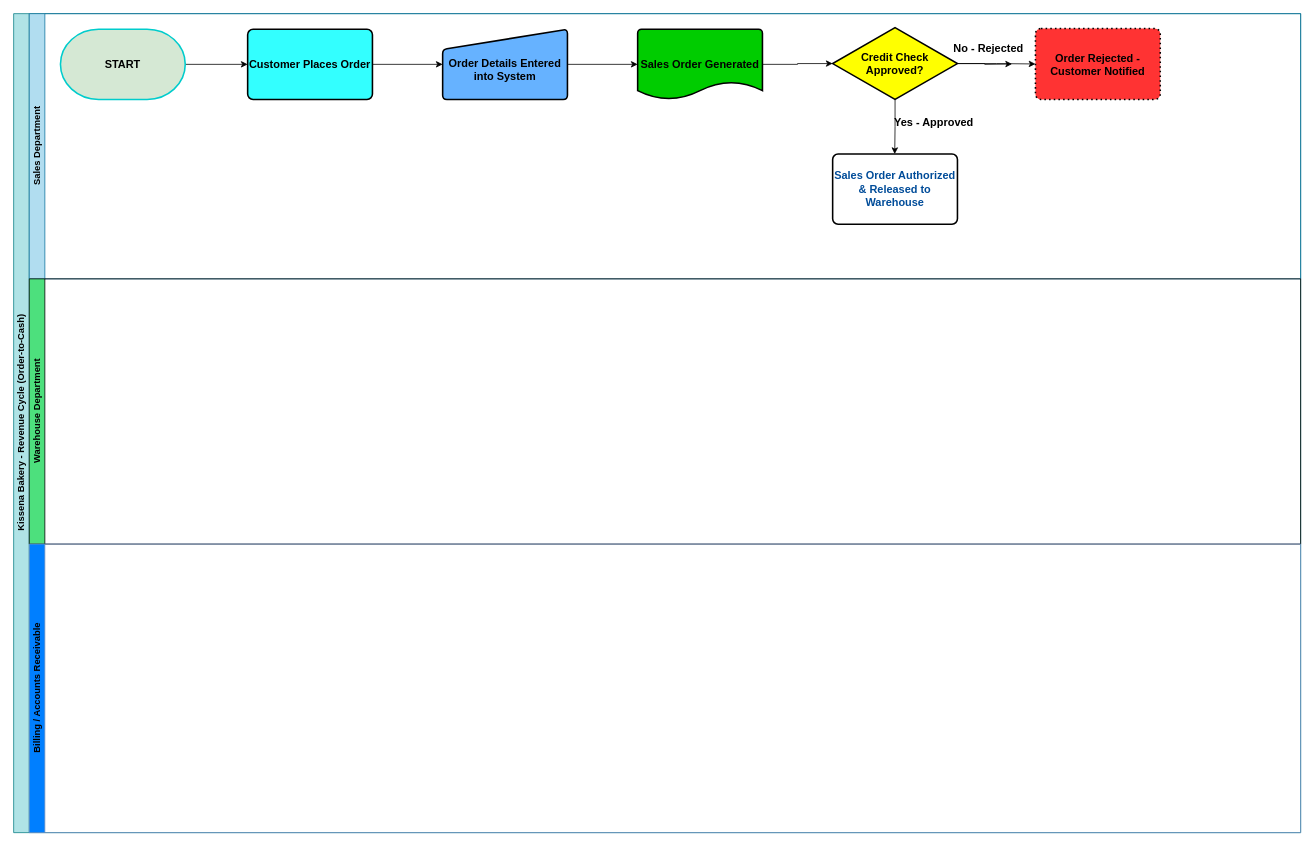
Before: page "Page-1" (1 of 2) of Revenue_Cycle_Controls.drawio in diemo1989-dot/drawio, a draw.io diagram. Source tidied: cells renumbered, new cells numbered last; positions are measured from the earlier drawing's top-left corner, leaving out a move shared by most shapes. Both pictures are drawn from the tidied source at 78%, with x=0, y=0 at pixel (13, 13).
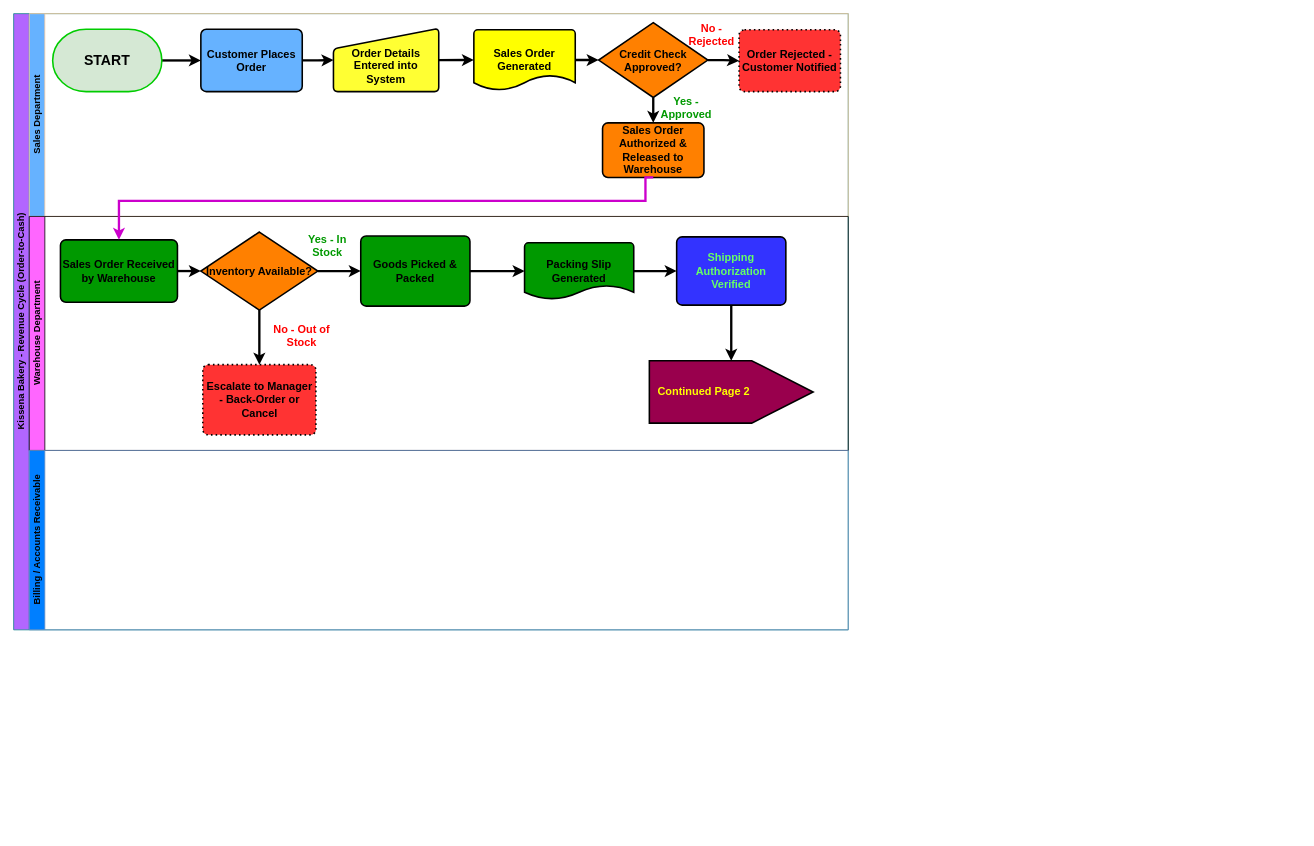
Above is the later version.

The edit, as a diff of the source:
```diff
@@
-    <mxCell id="2" value="Kissena Bakery - Revenue Cycle (Order-to-Cash)" style="swimlane;horizontal=0;startSize=20;html=1;fillColor=#b0e3e6;strokeColor=#0e8088;" parent="1" vertex="1">
-      <mxGeometry width="1650" height="1050" as="geometry" />
+    <mxCell id="2" value="Kissena Bakery - Revenue Cycle (Order-to-Cash)" style="swimlane;horizontal=0;startSize=20;html=1;fillColor=#B266FF;strokeColor=#0e8088;" parent="1" vertex="1">
+      <mxGeometry width="1070" height="790" as="geometry" />
     </mxCell>
-    <mxCell id="3" value="Sales Department" style="swimlane;startSize=20;horizontal=0;html=1;fillColor=#b1ddf0;strokeColor=#10739e;" parent="2" vertex="1">
-      <mxGeometry x="20" width="1630" height="340" as="geometry" />
+    <mxCell id="3" value="Sales Department" style="swimlane;startSize=20;horizontal=0;html=1;fillColor=#66B2FF;strokeColor=#FFCC99;" parent="2" vertex="1">
+      <mxGeometry x="20" width="1050" height="260" as="geometry" />
     </mxCell>
-    <mxCell id="4" style="edgeStyle=orthogonalEdgeStyle;rounded=0;jettySize=auto;html=1;exitX=1;exitY=0.5;exitDx=0;exitDy=0;exitPerimeter=0;entryX=0;entryY=0.5;entryDx=0;entryDy=0;" parent="3" edge="1" source="5" target="7">
+    <mxCell id="4" style="edgeStyle=orthogonalEdgeStyle;rounded=0;jettySize=auto;html=1;exitX=1;exitY=0.5;exitDx=0;exitDy=0;exitPerimeter=0;entryX=0;entryY=0.5;entryDx=0;entryDy=0;strokeWidth=3;" parent="3" edge="1" source="5" target="7">
       <mxGeometry relative="1" as="geometry" />
     </mxCell>
-    <mxCell id="5" value="&lt;b&gt;&lt;font style=&quot;font-size: 14px;&quot;&gt;START&lt;/font&gt;&lt;/b&gt;" style="strokeWidth=2;html=1;shape=mxgraph.flowchart.terminator;whiteSpace=wrap;fillColor=#D5E8D4;strokeColor=#00CCCC;" parent="3" vertex="1">
-      <mxGeometry x="40" y="20" width="160" height="90" as="geometry" />
+    <mxCell id="5" value="&lt;font style=&quot;font-size: 18px;&quot;&gt;&lt;b&gt;START&lt;/b&gt;&lt;/font&gt;" style="strokeWidth=2;html=1;shape=mxgraph.flowchart.terminator;whiteSpace=wrap;fillColor=#D5E8D4;strokeColor=#00CC00;" parent="3" vertex="1">
+      <mxGeometry x="30" y="20" width="140" height="80" as="geometry" />
     </mxCell>
-    <mxCell id="6" style="edgeStyle=orthogonalEdgeStyle;rounded=0;jettySize=auto;html=1;exitX=1;exitY=0.5;exitDx=0;exitDy=0;entryX=0;entryY=0.5;entryDx=0;entryDy=0;" parent="3" edge="1" source="7" target="8">
+    <mxCell id="6" style="edgeStyle=orthogonalEdgeStyle;rounded=0;jettySize=auto;html=1;exitX=1;exitY=0.5;exitDx=0;exitDy=0;entryX=0;entryY=0.5;entryDx=0;entryDy=0;strokeWidth=3;" parent="3" edge="1" source="7" target="8">
       <mxGeometry relative="1" as="geometry" />
     </mxCell>
-    <mxCell id="7" value="&lt;b&gt;&lt;font style=&quot;font-size: 14px;&quot;&gt;Customer Places Order&lt;/font&gt;&lt;/b&gt;" style="rounded=1;whiteSpace=wrap;html=1;absoluteArcSize=1;arcSize=14;strokeWidth=2;fillColor=#33FFFF;" parent="3" vertex="1">
-      <mxGeometry x="280" y="20" width="160" height="90" as="geometry" />
+    <mxCell id="7" value="&lt;b&gt;&lt;font style=&quot;font-size: 14px;&quot;&gt;Customer Places Order&lt;/font&gt;&lt;/b&gt;" style="rounded=1;whiteSpace=wrap;html=1;absoluteArcSize=1;arcSize=14;strokeWidth=2;fillColor=#66B2FF;strokeColor=default;align=center;verticalAlign=middle;fontFamily=Helvetica;fontSize=12;fontColor=default;" parent="3" vertex="1">
+      <mxGeometry x="220" y="20" width="130" height="80" as="geometry" />
     </mxCell>
-    <mxCell id="8" value="&lt;br&gt;&lt;b&gt;&lt;font style=&quot;font-size: 14px;&quot;&gt;Order Details Entered into System&lt;/font&gt;&lt;/b&gt;" style="html=1;strokeWidth=2;shape=manualInput;whiteSpace=wrap;rounded=1;size=26;arcSize=11;fillColor=#66B2FF;" parent="3" vertex="1">
-      <mxGeometry x="530" y="20" width="160" height="90" as="geometry" />
+    <mxCell id="8" value="&lt;br&gt;&lt;b&gt;&lt;font style=&quot;font-size: 14px; color: rgb(0, 0, 0);&quot;&gt;Order Details Entered into System&lt;/font&gt;&lt;/b&gt;" style="html=1;strokeWidth=2;shape=manualInput;whiteSpace=wrap;rounded=1;size=26;arcSize=11;fillColor=#FFFF33;strokeColor=#000000;" parent="3" vertex="1">
+      <mxGeometry x="390" y="19" width="135" height="81" as="geometry" />
     </mxCell>
-    <mxCell id="9" value="&lt;b&gt;&lt;font style=&quot;font-size: 14px;&quot;&gt;Sales Order Generated&lt;/font&gt;&lt;/b&gt;" style="strokeWidth=2;html=1;shape=mxgraph.flowchart.document2;whiteSpace=wrap;size=0.25;fillColor=#00CC00;" parent="3" vertex="1">
-      <mxGeometry x="780" y="20" width="160" height="90" as="geometry" />
+    <mxCell id="9" value="&lt;b&gt;&lt;font style=&quot;font-size: 14px;&quot;&gt;Sales Order Generated&lt;/font&gt;&lt;/b&gt;" style="strokeWidth=2;html=1;shape=mxgraph.flowchart.document2;whiteSpace=wrap;size=0.25;fillColor=#FFFF00;strokeColor=#000000;" parent="3" vertex="1">
+      <mxGeometry x="570" y="20.7" width="130" height="77.5" as="geometry" />
     </mxCell>
-    <mxCell id="10" style="edgeStyle=orthogonalEdgeStyle;rounded=0;jettySize=auto;html=1;exitX=1;exitY=0.5;exitDx=0;exitDy=0;entryX=0;entryY=0.5;entryDx=0;entryDy=0;entryPerimeter=0;" parent="3" edge="1" source="8" target="9">
+    <mxCell id="10" style="edgeStyle=orthogonalEdgeStyle;rounded=0;jettySize=auto;html=1;exitX=1;exitY=0.5;exitDx=0;exitDy=0;entryX=0;entryY=0.5;entryDx=0;entryDy=0;entryPerimeter=0;strokeWidth=3;" parent="3" edge="1" source="8" target="9">
       <mxGeometry relative="1" as="geometry" />
     </mxCell>
-    <mxCell id="11" style="edgeStyle=orthogonalEdgeStyle;rounded=0;jettySize=auto;html=1;exitX=0.5;exitY=1;exitDx=0;exitDy=0;exitPerimeter=0;" parent="3" edge="1" source="14">
-      <mxGeometry relative="1" as="geometry">
-        <mxPoint x="1109.6" y="180" as="targetPoint" />
-      </mxGeometry>
-    </mxCell>
-    <mxCell id="12" style="edgeStyle=orthogonalEdgeStyle;rounded=0;jettySize=auto;html=1;exitX=1;exitY=0.5;exitDx=0;exitDy=0;exitPerimeter=0;" parent="3" edge="1" source="14">
-      <mxGeometry relative="1" as="geometry">
-        <mxPoint x="1260" y="64.5" as="targetPoint" />
-      </mxGeometry>
-    </mxCell>
-    <mxCell id="13" style="edgeStyle=orthogonalEdgeStyle;rounded=0;jettySize=auto;html=1;exitX=1;exitY=0.5;exitDx=0;exitDy=0;exitPerimeter=0;entryX=0;entryY=0.5;entryDx=0;entryDy=0;" parent="3" edge="1" source="14" target="18">
+    <mxCell id="13" style="edgeStyle=orthogonalEdgeStyle;rounded=0;jettySize=auto;html=1;exitX=1;exitY=0.5;exitDx=0;exitDy=0;exitPerimeter=0;entryX=0;entryY=0.5;entryDx=0;entryDy=0;strokeWidth=3;" parent="3" edge="1" source="14" target="18">
       <mxGeometry relative="1" as="geometry" />
     </mxCell>
+    <mxCell id="22" style="edgeStyle=orthogonalEdgeStyle;rounded=0;jettySize=auto;html=1;exitX=0.5;exitY=1;exitDx=0;exitDy=0;exitPerimeter=0;entryX=0.5;entryY=0;entryDx=0;entryDy=0;strokeWidth=3;" parent="3" edge="1" source="14" target="19">
+      <mxGeometry relative="1" as="geometry" />
+    </mxCell>
-    <mxCell id="14" value="&lt;font style=&quot;font-size: 14px;&quot;&gt;&lt;b&gt;Credit Check Approved?&lt;/b&gt;&lt;/font&gt;" style="strokeWidth=2;html=1;shape=mxgraph.flowchart.decision;whiteSpace=wrap;fillColor=#FFFF00;" parent="3" vertex="1">
-      <mxGeometry x="1030" y="18" width="160" height="92" as="geometry" />
+    <mxCell id="14" value="&lt;font style=&quot;font-size: 14px;&quot;&gt;&lt;b&gt;Credit Check Approved?&lt;/b&gt;&lt;/font&gt;" style="strokeWidth=2;html=1;shape=mxgraph.flowchart.decision;whiteSpace=wrap;fillColor=#FF8000;strokeColor=#000000;" parent="3" vertex="1">
+      <mxGeometry x="730" y="11.5" width="140" height="96" as="geometry" />
     </mxCell>
-    <mxCell id="15" style="edgeStyle=orthogonalEdgeStyle;rounded=0;jettySize=auto;html=1;exitX=1;exitY=0.5;exitDx=0;exitDy=0;exitPerimeter=0;entryX=0;entryY=0.5;entryDx=0;entryDy=0;entryPerimeter=0;" parent="3" edge="1" source="9" target="14">
+    <mxCell id="15" style="edgeStyle=orthogonalEdgeStyle;rounded=0;jettySize=auto;html=1;exitX=1;exitY=0.5;exitDx=0;exitDy=0;exitPerimeter=0;entryX=0;entryY=0.5;entryDx=0;entryDy=0;entryPerimeter=0;strokeWidth=3;" parent="3" edge="1" source="9" target="14">
       <mxGeometry relative="1" as="geometry" />
     </mxCell>
-    <mxCell id="16" value="&lt;font style=&quot;font-size: 14px;&quot;&gt;&lt;b&gt;Yes - Approved&lt;/b&gt;&lt;/font&gt;" style="text;html=1;whiteSpace=wrap;strokeColor=none;fillColor=none;align=center;verticalAlign=middle;rounded=0;" parent="3" vertex="1">
-      <mxGeometry x="1100" y="130" width="120" height="20" as="geometry" />
+    <mxCell id="16" value="&lt;font style=&quot;font-size: 14px; color: rgb(0, 153, 0);&quot;&gt;&lt;b style=&quot;&quot;&gt;Yes - Approved&lt;/b&gt;&lt;/font&gt;" style="text;html=1;whiteSpace=wrap;strokeColor=none;fillColor=none;align=center;verticalAlign=middle;rounded=0;" parent="3" vertex="1">
+      <mxGeometry x="815" y="110" width="55" height="19.3" as="geometry" />
     </mxCell>
-    <mxCell id="17" value="&lt;font style=&quot;font-size: 14px;&quot;&gt;&lt;b&gt;No - Rejected&lt;/b&gt;&lt;/font&gt;" style="text;html=1;whiteSpace=wrap;strokeColor=none;fillColor=none;align=center;verticalAlign=middle;rounded=0;" parent="3" vertex="1">
-      <mxGeometry x="1180" y="30" width="100" height="30" as="geometry" />
+    <mxCell id="17" value="&lt;font style=&quot;color: rgb(255, 0, 0); font-size: 14px;&quot;&gt;&lt;b style=&quot;&quot;&gt;No - Rejected&lt;/b&gt;&lt;/font&gt;" style="text;html=1;whiteSpace=wrap;strokeColor=none;fillColor=none;align=center;verticalAlign=middle;rounded=0;" parent="3" vertex="1">
+      <mxGeometry x="845" y="11.5" width="60" height="30" as="geometry" />
     </mxCell>
     <mxCell id="18" value="&lt;font style=&quot;font-size: 14px;&quot;&gt;&lt;b&gt;Order Rejected - Customer Notified&lt;/b&gt;&lt;/font&gt;" style="rounded=1;whiteSpace=wrap;html=1;absoluteArcSize=1;arcSize=14;strokeWidth=2;fillColor=#FF3333;dashed=1;dashPattern=1 2;" parent="3" vertex="1">
-      <mxGeometry x="1290" y="19" width="160" height="91" as="geometry" />
+      <mxGeometry x="910" y="20.7" width="130" height="79.3" as="geometry" />
     </mxCell>
-    <mxCell id="19" value="&lt;span style=&quot;text-align: start;&quot;&gt;&lt;font style=&quot;font-size: 14px; color: rgb(0, 76, 153);&quot; face=&quot;Helvetica&quot;&gt;&lt;b style=&quot;&quot;&gt;Sales Order Authorized &amp;amp; Released to Warehouse&lt;/b&gt;&lt;/font&gt;&lt;/span&gt;" style="rounded=1;whiteSpace=wrap;html=1;absoluteArcSize=1;arcSize=14;strokeWidth=2;" parent="3" vertex="1">
-      <mxGeometry x="1030" y="180" width="160" height="90" as="geometry" />
+    <mxCell id="19" value="&lt;span style=&quot;text-align: start;&quot;&gt;&lt;font style=&quot;font-size: 14px; color: rgb(0, 0, 0);&quot; face=&quot;Helvetica&quot;&gt;&lt;b style=&quot;&quot;&gt;Sales Order Authorized &amp;amp; Released to Warehouse&lt;/b&gt;&lt;/font&gt;&lt;/span&gt;" style="rounded=1;whiteSpace=wrap;html=1;absoluteArcSize=1;arcSize=14;strokeWidth=2;fillColor=#FF8000;strokeColor=default;align=center;verticalAlign=middle;fontFamily=Helvetica;fontSize=12;fontColor=default;" parent="3" vertex="1">
+      <mxGeometry x="735" y="140" width="130" height="70" as="geometry" />
     </mxCell>
-    <mxCell id="20" value="Warehouse Department" style="swimlane;startSize=20;horizontal=0;html=1;fillColor=#4DE07D;" parent="2" vertex="1">
-      <mxGeometry x="20" y="340" width="1630" height="340" as="geometry" />
+    <mxCell id="20" value="Warehouse Department" style="swimlane;startSize=20;horizontal=0;html=1;fillColor=#FF66FF;" parent="2" vertex="1">
+      <mxGeometry x="20" y="260" width="1050" height="300" as="geometry" />
     </mxCell>
+    <mxCell id="23" value="&lt;font style=&quot;font-size: 14px;&quot;&gt;&lt;b&gt;Sales Order Received by Warehouse&lt;/b&gt;&lt;/font&gt;" style="rounded=1;whiteSpace=wrap;html=1;absoluteArcSize=1;arcSize=14;strokeWidth=2;fillColor=#009900;" parent="20" vertex="1">
+      <mxGeometry x="40" y="30" width="150" height="80" as="geometry" />
+    </mxCell>
+    <mxCell id="24" style="edgeStyle=orthogonalEdgeStyle;rounded=0;jettySize=auto;html=1;exitX=0.5;exitY=1;exitDx=0;exitDy=0;exitPerimeter=0;entryX=0.5;entryY=0;entryDx=0;entryDy=0;strokeWidth=3;" parent="20" edge="1" source="26" target="29">
+      <mxGeometry relative="1" as="geometry" />
+    </mxCell>
+    <mxCell id="25" style="edgeStyle=orthogonalEdgeStyle;rounded=0;jettySize=auto;html=1;exitX=1;exitY=0.5;exitDx=0;exitDy=0;exitPerimeter=0;entryX=0;entryY=0.5;entryDx=0;entryDy=0;strokeWidth=3;" parent="20" edge="1" source="26" target="35">
+      <mxGeometry relative="1" as="geometry" />
+    </mxCell>
+    <mxCell id="26" value="&lt;b&gt;&lt;font style=&quot;font-size: 14px;&quot;&gt;Inventory Available?&lt;/font&gt;&lt;/b&gt;" style="strokeWidth=2;html=1;shape=mxgraph.flowchart.decision;whiteSpace=wrap;fillColor=#FF8000;strokeColor=default;align=center;verticalAlign=middle;fontFamily=Helvetica;fontSize=12;fontColor=default;" parent="20" vertex="1">
+      <mxGeometry x="220" y="20" width="150" height="100" as="geometry" />
+    </mxCell>
+    <mxCell id="27" style="edgeStyle=orthogonalEdgeStyle;rounded=0;jettySize=auto;html=1;exitX=1;exitY=0.5;exitDx=0;exitDy=0;entryX=0;entryY=0.5;entryDx=0;entryDy=0;entryPerimeter=0;strokeWidth=3;" parent="20" edge="1" source="23" target="26">
+      <mxGeometry relative="1" as="geometry" />
+    </mxCell>
+    <mxCell id="28" value="&lt;font style=&quot;font-size: 14px; color: rgb(255, 0, 0);&quot;&gt;&lt;b style=&quot;&quot;&gt;No - Out of Stock&lt;/b&gt;&lt;/font&gt;" style="text;html=1;whiteSpace=wrap;strokeColor=none;fillColor=none;align=center;verticalAlign=middle;rounded=0;" parent="20" vertex="1">
+      <mxGeometry x="307.5" y="135" width="82.5" height="35" as="geometry" />
+    </mxCell>
+    <mxCell id="29" value="&lt;font style=&quot;font-size: 14px;&quot;&gt;&lt;b&gt;Escalate to Manager - Back-Order or Cancel&lt;/b&gt;&lt;/font&gt;" style="rounded=1;whiteSpace=wrap;html=1;absoluteArcSize=1;arcSize=14;strokeWidth=2;dashed=1;dashPattern=1 2;strokeColor=default;align=center;verticalAlign=middle;fontFamily=Helvetica;fontSize=12;fontColor=default;fillColor=#FF3333;" parent="20" vertex="1">
+      <mxGeometry x="222.5" y="190" width="145" height="90" as="geometry" />
+    </mxCell>
+    <mxCell id="30" style="edgeStyle=orthogonalEdgeStyle;rounded=0;jettySize=auto;html=1;exitX=1;exitY=0.5;exitDx=0;exitDy=0;exitPerimeter=0;entryX=0;entryY=0.5;entryDx=0;entryDy=0;strokeWidth=3;" parent="20" edge="1" source="31" target="33">
+      <mxGeometry relative="1" as="geometry" />
+    </mxCell>
+    <mxCell id="31" value="&lt;font style=&quot;font-size: 14px;&quot;&gt;&lt;b&gt;Packing Slip Generated&lt;/b&gt;&lt;/font&gt;" style="strokeWidth=2;html=1;shape=mxgraph.flowchart.document2;whiteSpace=wrap;size=0.25;fillColor=#009900;rounded=1;strokeColor=default;align=center;verticalAlign=middle;arcSize=14;absoluteArcSize=1;fontFamily=Helvetica;fontSize=12;fontColor=default;" parent="20" vertex="1">
+      <mxGeometry x="635" y="33.8" width="140" height="72.5" as="geometry" />
+    </mxCell>
+    <mxCell id="32" style="edgeStyle=orthogonalEdgeStyle;rounded=0;jettySize=auto;html=1;exitX=0.5;exitY=1;exitDx=0;exitDy=0;entryX=1;entryY=0.5;entryDx=0;entryDy=0;strokeWidth=3;" parent="20" edge="1" source="33" target="34">
+      <mxGeometry relative="1" as="geometry" />
+    </mxCell>
+    <mxCell id="33" value="&lt;b&gt;&lt;font style=&quot;font-size: 14px; color: rgb(102, 255, 102);&quot;&gt;Shipping Authorization Verified&lt;/font&gt;&lt;/b&gt;" style="rounded=1;whiteSpace=wrap;html=1;absoluteArcSize=1;arcSize=14;strokeWidth=2;strokeColor=#000000;fillColor=#3333FF;" parent="20" vertex="1">
+      <mxGeometry x="830" y="26.2" width="140" height="87.5" as="geometry" />
+    </mxCell>
+    <mxCell id="34" style="shape=offPageConnector;whiteSpace=wrap;html=1;rotation=-90;strokeWidth=2;fillColor=#99004D;" parent="20" vertex="1">
+      <mxGeometry x="860" y="120" width="80" height="210" as="geometry" />
+    </mxCell>
+    <mxCell id="35" value="&lt;b&gt;&lt;font style=&quot;font-size: 14px;&quot;&gt;Goods Picked &amp;amp; Packed&lt;/font&gt;&lt;/b&gt;" style="rounded=1;whiteSpace=wrap;html=1;absoluteArcSize=1;arcSize=14;strokeWidth=2;fillColor=#009900;strokeColor=default;align=center;verticalAlign=middle;fontFamily=Helvetica;fontSize=12;fontColor=default;" parent="20" vertex="1">
+      <mxGeometry x="425" y="25" width="140" height="90" as="geometry" />
+    </mxCell>
+    <mxCell id="36" style="edgeStyle=orthogonalEdgeStyle;rounded=0;jettySize=auto;html=1;exitX=1;exitY=0.5;exitDx=0;exitDy=0;entryX=0;entryY=0.5;entryDx=0;entryDy=0;entryPerimeter=0;strokeWidth=3;" parent="20" edge="1" source="35" target="31">
+      <mxGeometry relative="1" as="geometry" />
+    </mxCell>
+    <mxCell id="37" value="&lt;font style=&quot;font-size: 14px; color: rgb(255, 255, 0);&quot;&gt;&lt;b&gt;Continued Page 2&lt;/b&gt;&lt;/font&gt;" style="text;html=1;whiteSpace=wrap;strokeColor=none;fillColor=none;align=center;verticalAlign=middle;rounded=0;" parent="20" vertex="1">
+      <mxGeometry x="800" y="210" width="130" height="30" as="geometry" />
+    </mxCell>
+    <mxCell id="38" value="&lt;font style=&quot;font-size: 14px; color: rgb(0, 153, 0);&quot;&gt;&lt;b style=&quot;&quot;&gt;Yes - In Stock&lt;/b&gt;&lt;/font&gt;" style="text;html=1;whiteSpace=wrap;strokeColor=none;fillColor=none;align=center;verticalAlign=middle;rounded=0;" parent="20" vertex="1">
+      <mxGeometry x="340" y="20" width="85" height="33.8" as="geometry" />
+    </mxCell>
     <mxCell id="21" value="Billing / Accounts Receivable" style="swimlane;startSize=20;horizontal=0;html=1;fillColor=#007FFF;strokeColor=#6c8ebf;gradientColor=none;" parent="2" vertex="1">
-      <mxGeometry x="20" y="680" width="1630" height="370" as="geometry" />
+      <mxGeometry x="20" y="560" width="1050" height="230" as="geometry" />
     </mxCell>
+    <mxCell id="39" style="edgeStyle=orthogonalEdgeStyle;rounded=0;jettySize=auto;html=1;exitX=0.5;exitY=1;exitDx=0;exitDy=0;entryX=0.5;entryY=0;entryDx=0;entryDy=0;strokeWidth=3;strokeColor=#CC00CC;" parent="2" edge="1" source="19" target="23">
+      <mxGeometry relative="1" as="geometry">
+        <Array as="points">
+          <mxPoint x="810" y="240" />
+          <mxPoint x="135" y="240" />
+        </Array>
+      </mxGeometry>
+    </mxCell>
```
